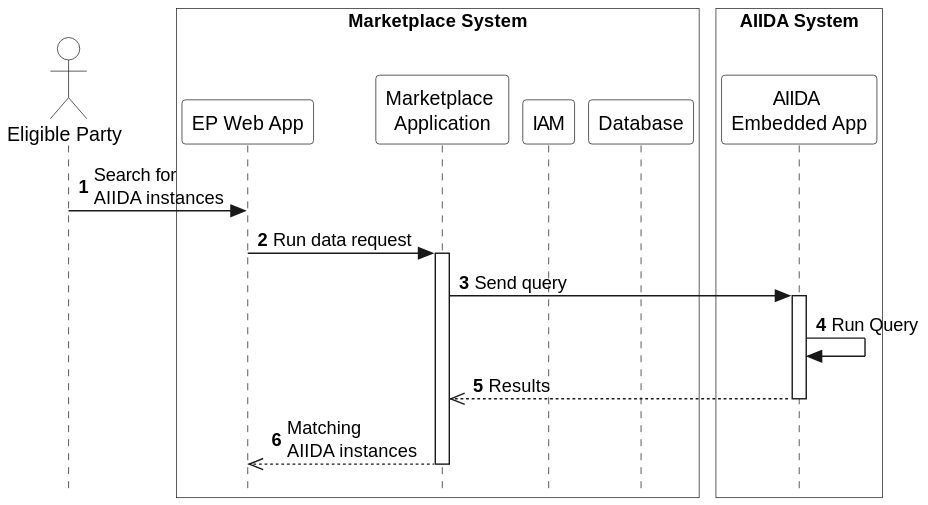
Above: arc42/marketplace/runtime-view/figures/marketplace-check-aiida.svg in eddie-energy/architecture (PlantUML), before the change.
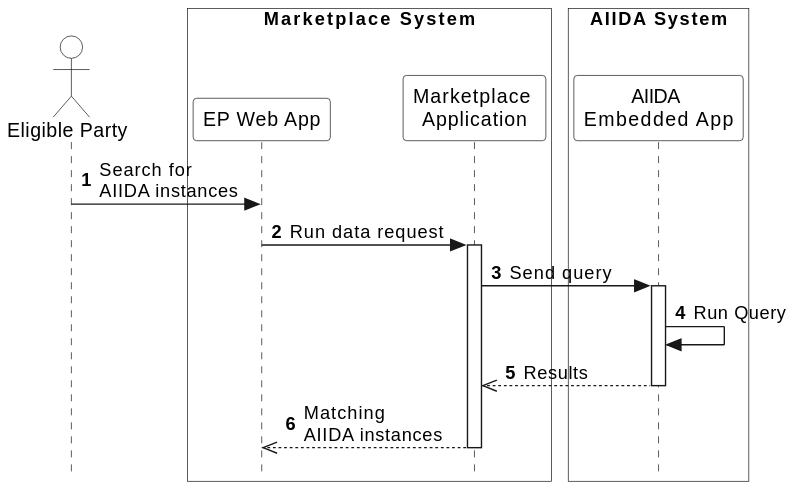
The same file after the commit.

Commit message:
Remove unused blocks of Marketplace behaviors #114

Diff of the diagram source:
```diff
@@ -12,8 +12,6 @@
 box "Marketplace System" #transparent
   participant "EP Web App" as app
   participant "Marketplace \nApplication" as marketplace
-  participant "IAM" as iam
-  participant "Database" as database
 end box
 
 box "AIIDA System" #transparent
```
